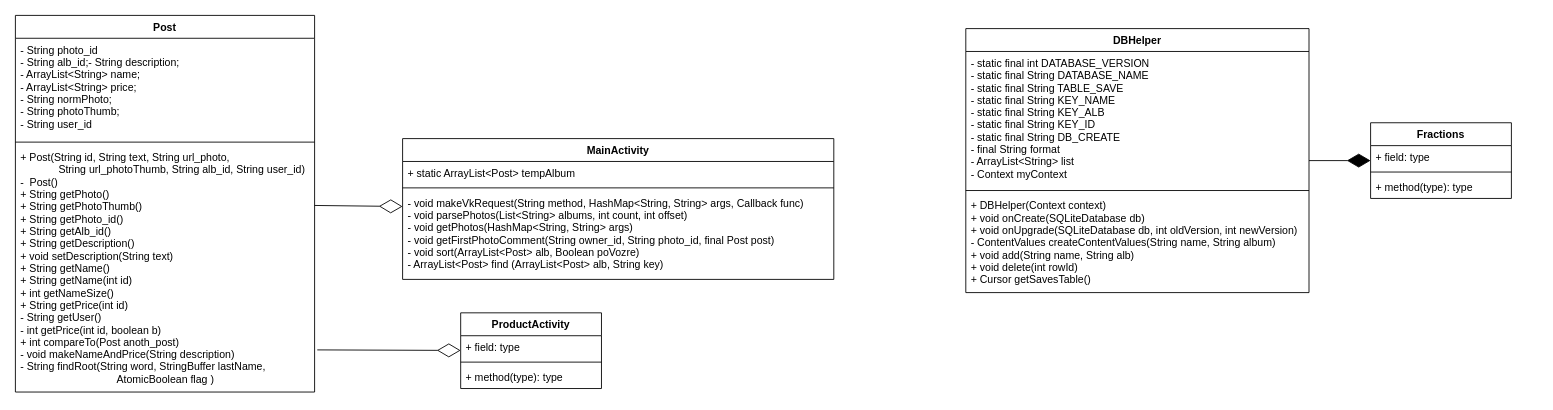
The draw.io diagram Kursach 4 sem.drawio in Konstantin-Minachkin/praktika1ikbo-16-17-, before the edit. Source tidied: cells renumbered, new cells numbered last; positions are measured from the earlier drawing's top-left corner, leaving out a move shared by most shapes. Both pictures are drawn from the tidied source at 88%, with x=0, y=0 at pixel (15, 15).
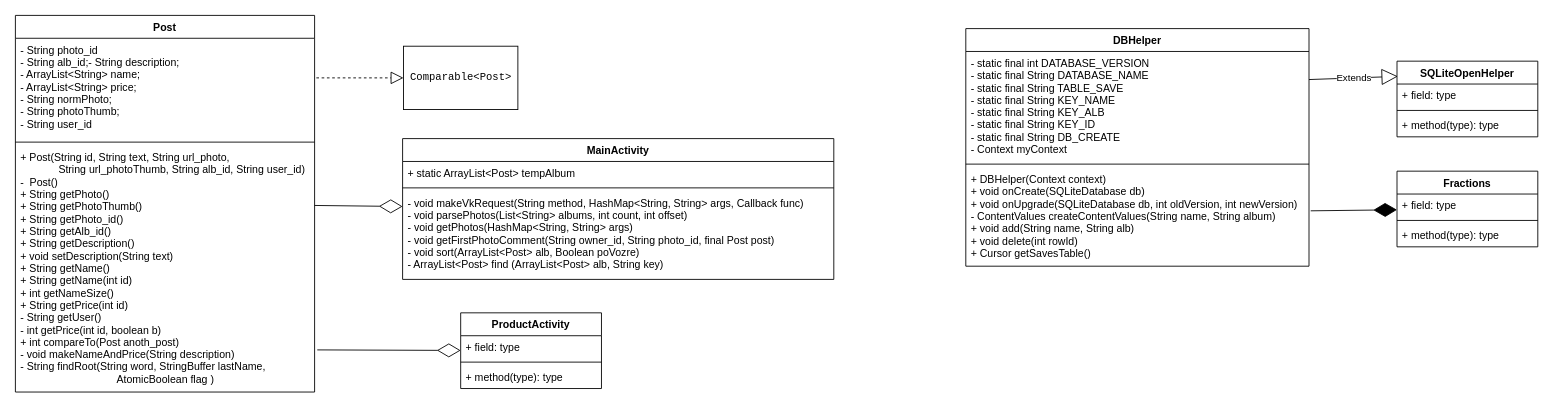
The same diagram, later.

The edit, as a diff of the source:
```diff
@@
     <mxCell id="10" value="DBHelper" style="swimlane;fontStyle=1;align=center;verticalAlign=top;horizontal=1;startSize=26;" parent="1" vertex="1">
-      <mxGeometry x="1080" y="15" width="390" height="300" as="geometry" />
+      <mxGeometry x="1080" y="15" width="390" height="270" as="geometry" />
     </mxCell>
-    <mxCell id="11" value="- static final int DATABASE_VERSION&#10;- static final String DATABASE_NAME&#10;- static final String TABLE_SAVE&#10;- static final String KEY_NAME&#10;- static final String KEY_ALB&#10;- static final String KEY_ID&#10;- static final String DB_CREATE&#10;- final String format&#10;- ArrayList&lt;String&gt; list&#10;- Context myContext" style="text;strokeColor=none;fillColor=none;align=left;verticalAlign=top;spacingLeft=4;spacingRight=4;overflow=hidden;" parent="10" vertex="1">
-      <mxGeometry y="26" width="390" height="154" as="geometry" />
+    <mxCell id="11" value="- static final int DATABASE_VERSION&#10;- static final String DATABASE_NAME&#10;- static final String TABLE_SAVE&#10;- static final String KEY_NAME&#10;- static final String KEY_ALB&#10;- static final String KEY_ID&#10;- static final String DB_CREATE&#10;- Context myContext" style="text;strokeColor=none;fillColor=none;align=left;verticalAlign=top;spacingLeft=4;spacingRight=4;overflow=hidden;" parent="10" vertex="1">
+      <mxGeometry y="26" width="390" height="124" as="geometry" />
     </mxCell>
     <mxCell id="12" style="line;strokeWidth=1;fillColor=none;align=left;verticalAlign=middle;spacingTop=-1;spacingLeft=3;spacingRight=3;labelPosition=right;" parent="10" vertex="1">
-      <mxGeometry y="180" width="390" height="8" as="geometry" />
+      <mxGeometry y="150" width="390" height="8" as="geometry" />
     </mxCell>
     <mxCell id="13" value="+ DBHelper(Context context)&#10;+ void onCreate(SQLiteDatabase db)&#10;+ void onUpgrade(SQLiteDatabase db, int oldVersion, int newVersion)&#10;- ContentValues createContentValues(String name, String album)&#10;+ void add(String name, String alb)&#10;+ void delete(int rowId)&#10;+ Cursor getSavesTable()" style="text;strokeColor=none;fillColor=none;align=left;verticalAlign=top;spacingLeft=4;spacingRight=4;overflow=hidden;points=[[0,0.5],[1,0.5]];portConstraint=eastwest;" parent="10" vertex="1">
-      <mxGeometry y="188" width="390" height="112" as="geometry" />
+      <mxGeometry y="158" width="390" height="112" as="geometry" />
     </mxCell>
     <mxCell id="14" value="Fractions" style="swimlane;fontStyle=1;align=center;verticalAlign=top;horizontal=1;startSize=26;" parent="1" vertex="1">
-      <mxGeometry x="1540" y="122" width="160" height="86" as="geometry" />
+      <mxGeometry x="1570" y="177" width="160" height="86" as="geometry" />
     </mxCell>
@@
-    <mxCell id="23" style="endArrow=diamondThin;endFill=1;endSize=24;html=1;" parent="1" edge="1" source="10" target="14">
+    <mxCell id="23" style="endArrow=diamondThin;endFill=1;endSize=24;html=1;exitX=1.005;exitY=0.438;exitDx=0;exitDy=0;exitPerimeter=0;" parent="1" edge="1" source="13" target="14">
       <mxGeometry relative="1" as="geometry" />
     </mxCell>
@@
+    <mxCell id="25" value="&lt;pre&gt;Comparable&amp;lt;Post&amp;gt;&lt;/pre&gt;" style="html=1;" parent="1" vertex="1">
+      <mxGeometry x="441" y="35" width="130" height="72" as="geometry" />
+    </mxCell>
+    <mxCell id="26" value="Extends" style="endArrow=block;endSize=16;endFill=0;html=1;" parent="1" edge="1">
+      <mxGeometry relative="1" as="geometry">
+        <mxPoint x="1470" y="72.9" as="sourcePoint" />
+        <mxPoint x="1571" y="69.3" as="targetPoint" />
+      </mxGeometry>
+    </mxCell>
+    <mxCell id="27" value="SQLiteOpenHelper" style="swimlane;fontStyle=1;align=center;verticalAlign=top;horizontal=1;startSize=26;" parent="1" vertex="1">
+      <mxGeometry x="1570" y="52" width="160" height="86" as="geometry" />
+    </mxCell>
+    <mxCell id="28" value="+ field: type" style="text;strokeColor=none;fillColor=none;align=left;verticalAlign=top;spacingLeft=4;spacingRight=4;overflow=hidden;" parent="27" vertex="1">
+      <mxGeometry y="26" width="160" height="26" as="geometry" />
+    </mxCell>
+    <mxCell id="29" style="line;strokeWidth=1;fillColor=none;align=left;verticalAlign=middle;spacingTop=-1;spacingLeft=3;spacingRight=3;labelPosition=right;" parent="27" vertex="1">
+      <mxGeometry y="52" width="160" height="8" as="geometry" />
+    </mxCell>
+    <mxCell id="30" value="+ method(type): type" style="text;strokeColor=none;fillColor=none;align=left;verticalAlign=top;spacingLeft=4;spacingRight=4;overflow=hidden;" parent="27" vertex="1">
+      <mxGeometry y="60" width="160" height="26" as="geometry" />
+    </mxCell>
+    <mxCell id="31" style="endArrow=block;dashed=1;endFill=0;endSize=12;html=1;entryX=0;entryY=0.5;entryDx=0;entryDy=0;" parent="1" edge="1" target="25">
+      <mxGeometry relative="1" as="geometry">
+        <mxPoint x="342" y="71" as="sourcePoint" />
+      </mxGeometry>
+    </mxCell>
```
